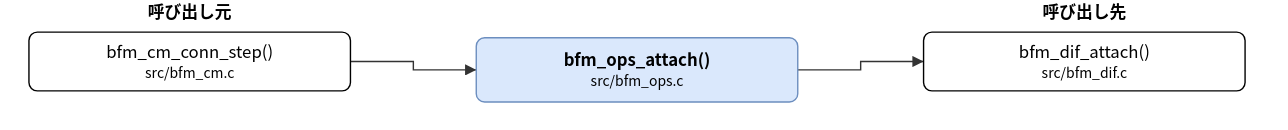
The draw.io diagram doc/spec/images/call_src_bfm_ops-bfm_ops_attach.drawio.svg in hf355051012-ai/bfmem, before a commit. Source tidied: cells renumbered, new cells last; positions are measured from the earlier drawing's top-left corner, leaving out a move shared by most shapes.
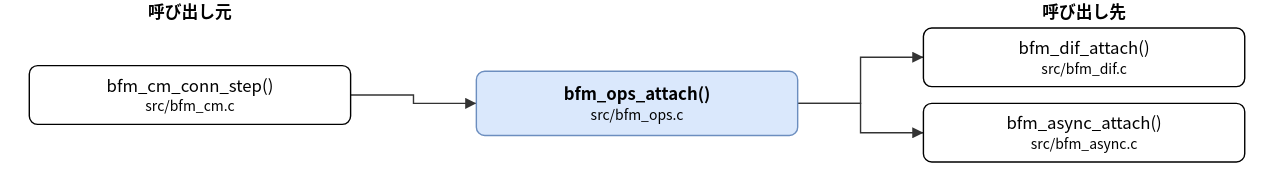
The same file after the commit.

Change to the diagram source:
```diff
@@ -3,30 +3,41 @@
     <mxCell id="0" />
     <mxCell id="1" parent="0" />
     <mxCell id="2" value="bfm_ops_attach()&lt;br&gt;&lt;font style=&quot;font-size:10px&quot;&gt;src/bfm_ops.c&lt;/font&gt;" style="rounded=1;whiteSpace=wrap;html=1;fillColor=#dae8fc;strokeColor=#6c8ebf;fontStyle=1;" parent="1" vertex="1">
-      <mxGeometry x="320" y="27" width="230" height="46" as="geometry" />
+      <mxGeometry x="320" y="51" width="230" height="46" as="geometry" />
     </mxCell>
     <mxCell id="3" value="bfm_cm_conn_step()&lt;br&gt;&lt;font style=&quot;font-size:10px&quot;&gt;src/bfm_cm.c&lt;/font&gt;" style="rounded=1;whiteSpace=wrap;html=1;" parent="1" vertex="1">
-      <mxGeometry y="23" width="230" height="42" as="geometry" />
+      <mxGeometry y="47" width="230" height="42" as="geometry" />
     </mxCell>
     <mxCell id="4" value="bfm_dif_attach()&lt;br&gt;&lt;font style=&quot;font-size:10px&quot;&gt;src/bfm_dif.c&lt;/font&gt;" style="rounded=1;whiteSpace=wrap;html=1;" parent="1" vertex="1">
-      <mxGeometry x="640" y="23" width="230" height="42" as="geometry" />
+      <mxGeometry x="640" y="20" width="230" height="42" as="geometry" />
     </mxCell>
+    <mxCell id="9" value="bfm_async_attach()&lt;br&gt;&lt;font style=&quot;font-size:10px&quot;&gt;src/bfm_async.c&lt;/font&gt;" style="rounded=1;whiteSpace=wrap;html=1;" parent="1" vertex="1">
+      <mxGeometry x="640" y="74" width="230" height="42" as="geometry" />
+    </mxCell>
     <mxCell id="5" style="edgeStyle=none;html=1;rounded=0;endArrow=block;endFill=1;exitX=1.0000;exitY=0.5000;exitDx=0;exitDy=0;exitPerimeter=0;entryX=0.0000;entryY=0.5000;entryDx=0;entryDy=0;entryPerimeter=0;" parent="1" edge="1" source="3" target="2">
       <mxGeometry relative="1" as="geometry">
         <Array as="points">
-          <mxPoint x="275" y="44" />
-          <mxPoint x="275" y="50" />
+          <mxPoint x="275" y="68" />
+          <mxPoint x="275" y="74" />
         </Array>
       </mxGeometry>
     </mxCell>
     <mxCell id="6" style="edgeStyle=none;html=1;rounded=0;endArrow=block;endFill=1;exitX=1.0000;exitY=0.5000;exitDx=0;exitDy=0;exitPerimeter=0;entryX=0.0000;entryY=0.5000;entryDx=0;entryDy=0;entryPerimeter=0;" parent="1" edge="1" source="2" target="4">
       <mxGeometry relative="1" as="geometry">
         <Array as="points">
-          <mxPoint x="595" y="50" />
-          <mxPoint x="595" y="44" />
+          <mxPoint x="595" y="74" />
+          <mxPoint x="595" y="41" />
         </Array>
       </mxGeometry>
     </mxCell>
+    <mxCell id="10" style="edgeStyle=none;html=1;rounded=0;endArrow=block;endFill=1;exitX=1.0000;exitY=0.5000;exitDx=0;exitDy=0;exitPerimeter=0;entryX=0.0000;entryY=0.5000;entryDx=0;entryDy=0;entryPerimeter=0;" parent="1" edge="1" source="2" target="9">
+      <mxGeometry relative="1" as="geometry">
+        <Array as="points">
+          <mxPoint x="595" y="74" />
+          <mxPoint x="595" y="95" />
+        </Array>
+      </mxGeometry>
+    </mxCell>
     <mxCell id="7" value="呼び出し元" style="text;html=1;align=center;fontStyle=1;" parent="1" vertex="1">
       <mxGeometry x="35" width="160" height="18" as="geometry" />
     </mxCell>
```
